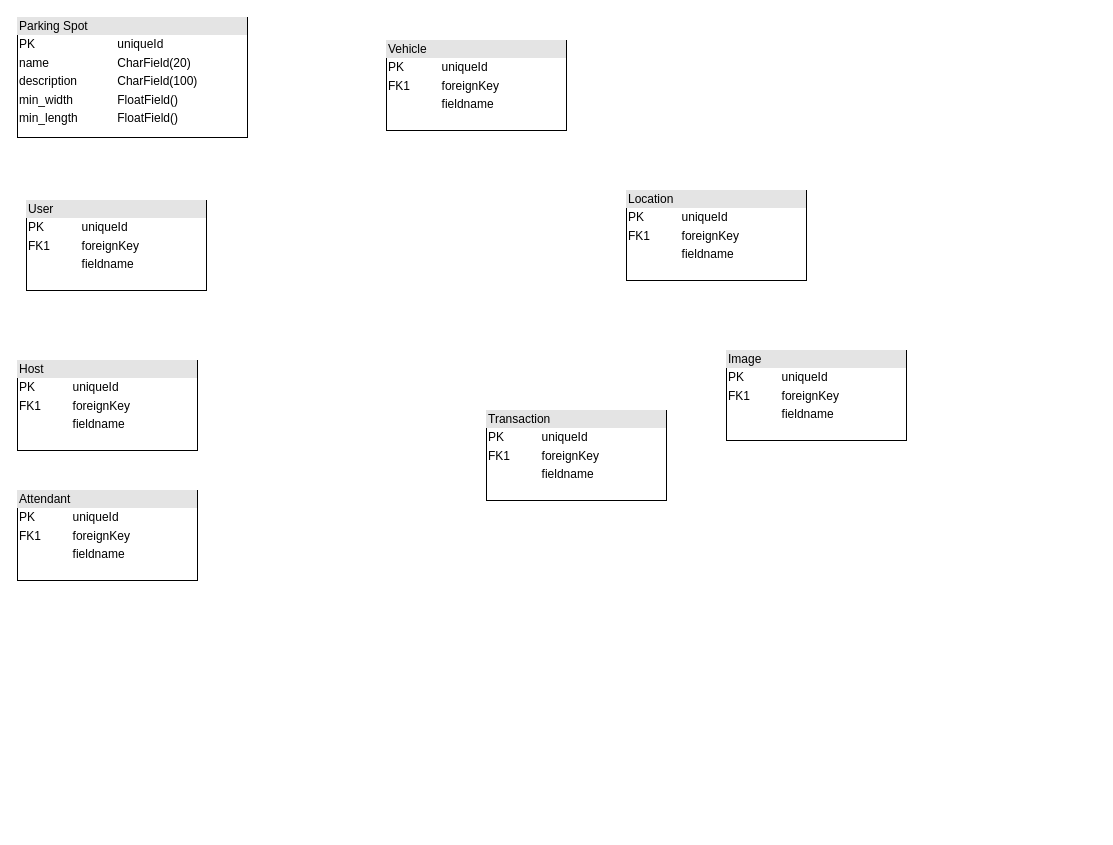
This is documentation/draw_io/database.drawio from Bryson14/RubberDuckyParking, a draw.io file, before an edit. Source tidied: cells renumbered, new cells numbered last; positions are measured from the earlier drawing's top-left corner, leaving out a move shared by most shapes. Both pictures are drawn from the tidied source at 100%, with x=0, y=0 at pixel (17, 17).
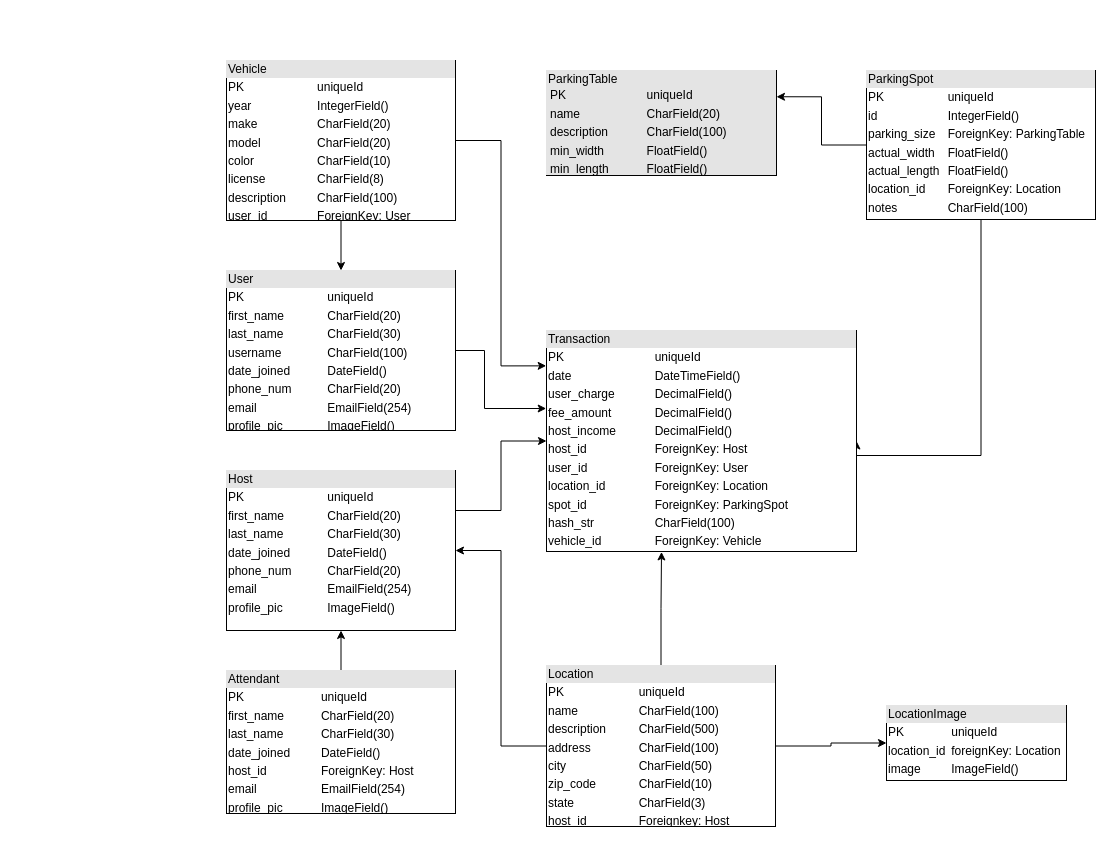
Above is the later version.

Commit message (it also covers changes not shown here):
made the database uml, changed the models slightly, and tried to add a better way to serve images and save passwords.

The edit, as a diff of the source:
```diff
@@
-    <mxCell id="2" value="&lt;div style=&quot;box-sizing: border-box ; width: 100% ; background: #e4e4e4 ; padding: 2px&quot;&gt;User&lt;/div&gt;&lt;table style=&quot;width: 100% ; font-size: 1em&quot; cellpadding=&quot;2&quot; cellspacing=&quot;0&quot;&gt;&lt;tbody&gt;&lt;tr&gt;&lt;td&gt;PK&lt;/td&gt;&lt;td&gt;uniqueId&lt;/td&gt;&lt;/tr&gt;&lt;tr&gt;&lt;td&gt;FK1&lt;/td&gt;&lt;td&gt;foreignKey&lt;/td&gt;&lt;/tr&gt;&lt;tr&gt;&lt;td&gt;&lt;/td&gt;&lt;td&gt;fieldname&lt;/td&gt;&lt;/tr&gt;&lt;/tbody&gt;&lt;/table&gt;" style="verticalAlign=top;align=left;overflow=fill;html=1;" parent="1" vertex="1">
-      <mxGeometry x="9" y="183" width="180" height="90" as="geometry" />
-    </mxCell>
-    <mxCell id="3" value="&lt;div style=&quot;box-sizing: border-box ; width: 100% ; background: #e4e4e4 ; padding: 2px&quot;&gt;Location&lt;/div&gt;&lt;table style=&quot;width: 100% ; font-size: 1em&quot; cellpadding=&quot;2&quot; cellspacing=&quot;0&quot;&gt;&lt;tbody&gt;&lt;tr&gt;&lt;td&gt;PK&lt;/td&gt;&lt;td&gt;uniqueId&lt;/td&gt;&lt;/tr&gt;&lt;tr&gt;&lt;td&gt;FK1&lt;/td&gt;&lt;td&gt;foreignKey&lt;/td&gt;&lt;/tr&gt;&lt;tr&gt;&lt;td&gt;&lt;/td&gt;&lt;td&gt;fieldname&lt;/td&gt;&lt;/tr&gt;&lt;/tbody&gt;&lt;/table&gt;" style="verticalAlign=top;align=left;overflow=fill;html=1;" parent="1" vertex="1">
-      <mxGeometry x="609" y="173" width="180" height="90" as="geometry" />
-    </mxCell>
-    <mxCell id="4" value="&lt;div style=&quot;box-sizing: border-box ; width: 100% ; background: #e4e4e4 ; padding: 2px&quot;&gt;Attendant&lt;/div&gt;&lt;table style=&quot;width: 100% ; font-size: 1em&quot; cellpadding=&quot;2&quot; cellspacing=&quot;0&quot;&gt;&lt;tbody&gt;&lt;tr&gt;&lt;td&gt;PK&lt;/td&gt;&lt;td&gt;uniqueId&lt;/td&gt;&lt;/tr&gt;&lt;tr&gt;&lt;td&gt;FK1&lt;/td&gt;&lt;td&gt;foreignKey&lt;/td&gt;&lt;/tr&gt;&lt;tr&gt;&lt;td&gt;&lt;/td&gt;&lt;td&gt;fieldname&lt;/td&gt;&lt;/tr&gt;&lt;/tbody&gt;&lt;/table&gt;" style="verticalAlign=top;align=left;overflow=fill;html=1;" parent="1" vertex="1">
-      <mxGeometry y="473" width="180" height="90" as="geometry" />
-    </mxCell>
-    <mxCell id="5" value="&lt;div style=&quot;box-sizing: border-box ; width: 100% ; background: #e4e4e4 ; padding: 2px&quot;&gt;Transaction&lt;/div&gt;&lt;table style=&quot;width: 100% ; font-size: 1em&quot; cellpadding=&quot;2&quot; cellspacing=&quot;0&quot;&gt;&lt;tbody&gt;&lt;tr&gt;&lt;td&gt;PK&lt;/td&gt;&lt;td&gt;uniqueId&lt;/td&gt;&lt;/tr&gt;&lt;tr&gt;&lt;td&gt;FK1&lt;/td&gt;&lt;td&gt;foreignKey&lt;/td&gt;&lt;/tr&gt;&lt;tr&gt;&lt;td&gt;&lt;/td&gt;&lt;td&gt;fieldname&lt;/td&gt;&lt;/tr&gt;&lt;/tbody&gt;&lt;/table&gt;" style="verticalAlign=top;align=left;overflow=fill;html=1;" parent="1" vertex="1">
-      <mxGeometry x="469" y="393" width="180" height="90" as="geometry" />
-    </mxCell>
-    <mxCell id="6" value="&lt;div style=&quot;box-sizing: border-box ; width: 100% ; background: #e4e4e4 ; padding: 2px&quot;&gt;Vehicle&lt;/div&gt;&lt;table style=&quot;width: 100% ; font-size: 1em&quot; cellpadding=&quot;2&quot; cellspacing=&quot;0&quot;&gt;&lt;tbody&gt;&lt;tr&gt;&lt;td&gt;PK&lt;/td&gt;&lt;td&gt;uniqueId&lt;/td&gt;&lt;/tr&gt;&lt;tr&gt;&lt;td&gt;FK1&lt;/td&gt;&lt;td&gt;foreignKey&lt;/td&gt;&lt;/tr&gt;&lt;tr&gt;&lt;td&gt;&lt;/td&gt;&lt;td&gt;fieldname&lt;/td&gt;&lt;/tr&gt;&lt;/tbody&gt;&lt;/table&gt;" style="verticalAlign=top;align=left;overflow=fill;html=1;" parent="1" vertex="1">
-      <mxGeometry x="369" y="23" width="180" height="90" as="geometry" />
-    </mxCell>
-    <mxCell id="7" value="&lt;div style=&quot;box-sizing: border-box ; width: 100% ; background: #e4e4e4 ; padding: 2px&quot;&gt;Parking Spot&lt;/div&gt;&lt;table style=&quot;width: 100% ; font-size: 1em&quot; cellpadding=&quot;2&quot; cellspacing=&quot;0&quot;&gt;&lt;tbody&gt;&lt;tr&gt;&lt;td&gt;PK&lt;/td&gt;&lt;td&gt;uniqueId&lt;/td&gt;&lt;/tr&gt;&lt;tr&gt;&lt;td&gt;name&lt;/td&gt;&lt;td&gt;CharField(20)&lt;/td&gt;&lt;/tr&gt;&lt;tr&gt;&lt;td&gt;description&lt;br&gt;&lt;/td&gt;&lt;td&gt;CharField(100)&lt;/td&gt;&lt;/tr&gt;&lt;tr&gt;&lt;td&gt;min_width&lt;/td&gt;&lt;td&gt;FloatField()&lt;/td&gt;&lt;/tr&gt;&lt;tr&gt;&lt;td&gt;min_length&lt;/td&gt;&lt;td&gt;FloatField()&lt;/td&gt;&lt;/tr&gt;&lt;/tbody&gt;&lt;/table&gt;" style="verticalAlign=top;align=left;overflow=fill;html=1;" parent="1" vertex="1">
-      <mxGeometry width="230" height="120" as="geometry" />
+    <mxCell id="7" value="&lt;div style=&quot;box-sizing: border-box ; width: 100% ; background: #e4e4e4 ; padding: 2px&quot;&gt;ParkingTable&lt;table cellpadding=&quot;2&quot; cellspacing=&quot;0&quot; style=&quot;font-size: 1em ; width: 100%&quot;&gt;&lt;tbody&gt;&lt;tr&gt;&lt;td&gt;PK&lt;/td&gt;&lt;td&gt;uniqueId&lt;/td&gt;&lt;/tr&gt;&lt;tr&gt;&lt;td&gt;name&lt;/td&gt;&lt;td&gt;CharField(20)&lt;/td&gt;&lt;/tr&gt;&lt;tr&gt;&lt;td&gt;description&lt;br&gt;&lt;/td&gt;&lt;td&gt;CharField(100)&lt;/td&gt;&lt;/tr&gt;&lt;tr&gt;&lt;td&gt;min_width&lt;/td&gt;&lt;td&gt;FloatField()&lt;/td&gt;&lt;/tr&gt;&lt;tr&gt;&lt;td&gt;min_length&lt;/td&gt;&lt;td&gt;FloatField()&lt;/td&gt;&lt;/tr&gt;&lt;/tbody&gt;&lt;/table&gt;&lt;/div&gt;" style="verticalAlign=top;align=left;overflow=fill;html=1;" parent="1" vertex="1">
+      <mxGeometry x="529" y="53" width="230" height="105" as="geometry" />
     </mxCell>
-    <mxCell id="8" value="&lt;div style=&quot;box-sizing: border-box ; width: 100% ; background: #e4e4e4 ; padding: 2px&quot;&gt;Host&lt;/div&gt;&lt;table style=&quot;width: 100% ; font-size: 1em&quot; cellpadding=&quot;2&quot; cellspacing=&quot;0&quot;&gt;&lt;tbody&gt;&lt;tr&gt;&lt;td&gt;PK&lt;/td&gt;&lt;td&gt;uniqueId&lt;/td&gt;&lt;/tr&gt;&lt;tr&gt;&lt;td&gt;FK1&lt;/td&gt;&lt;td&gt;foreignKey&lt;/td&gt;&lt;/tr&gt;&lt;tr&gt;&lt;td&gt;&lt;/td&gt;&lt;td&gt;fieldname&lt;/td&gt;&lt;/tr&gt;&lt;/tbody&gt;&lt;/table&gt;" style="verticalAlign=top;align=left;overflow=fill;html=1;" parent="1" vertex="1">
-      <mxGeometry y="343" width="180" height="90" as="geometry" />
-    </mxCell>
-    <mxCell id="9" value="&lt;div style=&quot;box-sizing: border-box ; width: 100% ; background: #e4e4e4 ; padding: 2px&quot;&gt;Image&lt;/div&gt;&lt;table style=&quot;width: 100% ; font-size: 1em&quot; cellpadding=&quot;2&quot; cellspacing=&quot;0&quot;&gt;&lt;tbody&gt;&lt;tr&gt;&lt;td&gt;PK&lt;/td&gt;&lt;td&gt;uniqueId&lt;/td&gt;&lt;/tr&gt;&lt;tr&gt;&lt;td&gt;FK1&lt;/td&gt;&lt;td&gt;foreignKey&lt;/td&gt;&lt;/tr&gt;&lt;tr&gt;&lt;td&gt;&lt;/td&gt;&lt;td&gt;fieldname&lt;/td&gt;&lt;/tr&gt;&lt;/tbody&gt;&lt;/table&gt;" style="verticalAlign=top;align=left;overflow=fill;html=1;" parent="1" vertex="1">
-      <mxGeometry x="709" y="333" width="180" height="90" as="geometry" />
+    <mxCell id="9" value="&lt;div style=&quot;box-sizing: border-box ; width: 100% ; background: #e4e4e4 ; padding: 2px&quot;&gt;LocationImage&lt;/div&gt;&lt;table style=&quot;width: 100% ; font-size: 1em&quot; cellpadding=&quot;2&quot; cellspacing=&quot;0&quot;&gt;&lt;tbody&gt;&lt;tr&gt;&lt;td&gt;PK&lt;/td&gt;&lt;td&gt;uniqueId&lt;/td&gt;&lt;/tr&gt;&lt;tr&gt;&lt;td&gt;location_id&lt;/td&gt;&lt;td&gt;foreignKey: Location&lt;/td&gt;&lt;/tr&gt;&lt;tr&gt;&lt;td&gt;image&lt;/td&gt;&lt;td&gt;ImageField()&lt;/td&gt;&lt;/tr&gt;&lt;/tbody&gt;&lt;/table&gt;" style="verticalAlign=top;align=left;overflow=fill;html=1;" parent="1" vertex="1">
+      <mxGeometry x="869" y="688" width="180" height="75" as="geometry" />
     </mxCell>
+    <mxCell id="10" style="edgeStyle=orthogonalEdgeStyle;rounded=0;jettySize=auto;html=1;entryX=-0.001;entryY=0.353;entryDx=0;entryDy=0;entryPerimeter=0;" parent="1" edge="1" source="11" target="26">
+      <mxGeometry relative="1" as="geometry">
+        <Array as="points">
+          <mxPoint x="467" y="333" />
+          <mxPoint x="467" y="391" />
+        </Array>
+      </mxGeometry>
+    </mxCell>
+    <mxCell id="11" value="&lt;div style=&quot;box-sizing: border-box ; width: 100% ; background: #e4e4e4 ; padding: 2px&quot;&gt;User&lt;/div&gt;&lt;table style=&quot;width: 100% ; font-size: 1em&quot; cellpadding=&quot;2&quot; cellspacing=&quot;0&quot;&gt;&lt;tbody&gt;&lt;tr&gt;&lt;td&gt;PK&lt;/td&gt;&lt;td&gt;uniqueId&lt;/td&gt;&lt;/tr&gt;&lt;tr&gt;&lt;td&gt;first_name&lt;/td&gt;&lt;td&gt;CharField(20)&lt;/td&gt;&lt;/tr&gt;&lt;tr&gt;&lt;td&gt;last_name&lt;/td&gt;&lt;td&gt;CharField(30)&lt;/td&gt;&lt;/tr&gt;&lt;tr&gt;&lt;td&gt;username&lt;/td&gt;&lt;td&gt;CharField(100)&lt;/td&gt;&lt;/tr&gt;&lt;tr&gt;&lt;td&gt;date_joined&lt;/td&gt;&lt;td&gt;DateField()&lt;/td&gt;&lt;/tr&gt;&lt;tr&gt;&lt;td&gt;phone_num&lt;/td&gt;&lt;td&gt;CharField(20)&lt;/td&gt;&lt;/tr&gt;&lt;tr&gt;&lt;td&gt;email&lt;/td&gt;&lt;td&gt;EmailField(254)&lt;/td&gt;&lt;/tr&gt;&lt;tr&gt;&lt;td&gt;profile_pic&lt;/td&gt;&lt;td&gt;ImageField()&lt;br&gt;&lt;/td&gt;&lt;/tr&gt;&lt;/tbody&gt;&lt;/table&gt;" style="verticalAlign=top;align=left;overflow=fill;html=1;" parent="1" vertex="1">
+      <mxGeometry x="209" y="253" width="229" height="160" as="geometry" />
+    </mxCell>
+    <mxCell id="12" style="edgeStyle=orthogonalEdgeStyle;rounded=0;jettySize=auto;html=1;exitX=1;exitY=0.25;exitDx=0;exitDy=0;entryX=0;entryY=0.5;entryDx=0;entryDy=0;" parent="1" edge="1" source="13" target="26">
+      <mxGeometry relative="1" as="geometry" />
+    </mxCell>
+    <mxCell id="13" value="&lt;div style=&quot;box-sizing: border-box ; width: 100% ; background: #e4e4e4 ; padding: 2px&quot;&gt;Host&lt;/div&gt;&lt;table style=&quot;width: 100% ; font-size: 1em&quot; cellpadding=&quot;2&quot; cellspacing=&quot;0&quot;&gt;&lt;tbody&gt;&lt;tr&gt;&lt;td&gt;PK&lt;/td&gt;&lt;td&gt;uniqueId&lt;/td&gt;&lt;/tr&gt;&lt;tr&gt;&lt;td&gt;first_name&lt;/td&gt;&lt;td&gt;CharField(20)&lt;/td&gt;&lt;/tr&gt;&lt;tr&gt;&lt;td&gt;last_name&lt;/td&gt;&lt;td&gt;CharField(30)&lt;/td&gt;&lt;/tr&gt;&lt;tr&gt;&lt;td&gt;date_joined&lt;/td&gt;&lt;td&gt;DateField()&lt;/td&gt;&lt;/tr&gt;&lt;tr&gt;&lt;td&gt;phone_num&lt;/td&gt;&lt;td&gt;CharField(20)&lt;/td&gt;&lt;/tr&gt;&lt;tr&gt;&lt;td&gt;email&lt;/td&gt;&lt;td&gt;EmailField(254)&lt;/td&gt;&lt;/tr&gt;&lt;tr&gt;&lt;td&gt;profile_pic&lt;/td&gt;&lt;td&gt;ImageField()&lt;/td&gt;&lt;/tr&gt;&lt;/tbody&gt;&lt;/table&gt;" style="verticalAlign=top;align=left;overflow=fill;html=1;" parent="1" vertex="1">
+      <mxGeometry x="209" y="453" width="229" height="160" as="geometry" />
+    </mxCell>
+    <mxCell id="14" style="edgeStyle=orthogonalEdgeStyle;rounded=0;jettySize=auto;html=1;entryX=0.5;entryY=1;entryDx=0;entryDy=0;" parent="1" edge="1" source="15" target="13">
+      <mxGeometry relative="1" as="geometry" />
+    </mxCell>
+    <mxCell id="15" value="&lt;div style=&quot;box-sizing: border-box ; width: 100% ; background: #e4e4e4 ; padding: 2px&quot;&gt;Attendant&lt;/div&gt;&lt;table style=&quot;width: 100% ; font-size: 1em&quot; cellpadding=&quot;2&quot; cellspacing=&quot;0&quot;&gt;&lt;tbody&gt;&lt;tr&gt;&lt;td&gt;PK&lt;/td&gt;&lt;td&gt;uniqueId&lt;/td&gt;&lt;/tr&gt;&lt;tr&gt;&lt;td&gt;first_name&lt;/td&gt;&lt;td&gt;CharField(20)&lt;/td&gt;&lt;/tr&gt;&lt;tr&gt;&lt;td&gt;last_name&lt;/td&gt;&lt;td&gt;CharField(30)&lt;/td&gt;&lt;/tr&gt;&lt;tr&gt;&lt;td&gt;date_joined&lt;/td&gt;&lt;td&gt;DateField()&lt;/td&gt;&lt;/tr&gt;&lt;tr&gt;&lt;td&gt;host_id&lt;/td&gt;&lt;td&gt;ForeignKey: Host&lt;/td&gt;&lt;/tr&gt;&lt;tr&gt;&lt;td&gt;email&lt;/td&gt;&lt;td&gt;EmailField(254)&lt;/td&gt;&lt;/tr&gt;&lt;tr&gt;&lt;td&gt;profile_pic&lt;/td&gt;&lt;td&gt;ImageField()&lt;br&gt;&lt;/td&gt;&lt;/tr&gt;&lt;/tbody&gt;&lt;/table&gt;" style="verticalAlign=top;align=left;overflow=fill;html=1;" parent="1" vertex="1">
+      <mxGeometry x="209" y="653" width="229" height="143" as="geometry" />
+    </mxCell>
+    <mxCell id="16" style="edgeStyle=orthogonalEdgeStyle;rounded=0;jettySize=auto;html=1;entryX=0.5;entryY=0;entryDx=0;entryDy=0;" parent="1" edge="1" source="18" target="11">
+      <mxGeometry relative="1" as="geometry" />
+    </mxCell>
+    <mxCell id="17" style="edgeStyle=orthogonalEdgeStyle;rounded=0;jettySize=auto;html=1;entryX=-0.001;entryY=0.16;entryDx=0;entryDy=0;entryPerimeter=0;" parent="1" edge="1" source="18" target="26">
+      <mxGeometry relative="1" as="geometry" />
+    </mxCell>
+    <mxCell id="18" value="&lt;div style=&quot;box-sizing: border-box ; width: 100% ; background: #e4e4e4 ; padding: 2px&quot;&gt;Vehicle&lt;/div&gt;&lt;table style=&quot;width: 100% ; font-size: 1em&quot; cellpadding=&quot;2&quot; cellspacing=&quot;0&quot;&gt;&lt;tbody&gt;&lt;tr&gt;&lt;td&gt;PK&lt;/td&gt;&lt;td&gt;uniqueId&lt;/td&gt;&lt;/tr&gt;&lt;tr&gt;&lt;td&gt;year&lt;/td&gt;&lt;td&gt;IntegerField()&lt;/td&gt;&lt;/tr&gt;&lt;tr&gt;&lt;td&gt;make&lt;/td&gt;&lt;td&gt;CharField(20)&lt;/td&gt;&lt;/tr&gt;&lt;tr&gt;&lt;td&gt;model&lt;/td&gt;&lt;td&gt;CharField(20)&lt;/td&gt;&lt;/tr&gt;&lt;tr&gt;&lt;td&gt;color&lt;/td&gt;&lt;td&gt;CharField(10)&lt;/td&gt;&lt;/tr&gt;&lt;tr&gt;&lt;td&gt;license&lt;/td&gt;&lt;td&gt;CharField(8)&lt;/td&gt;&lt;/tr&gt;&lt;tr&gt;&lt;td&gt;description&lt;/td&gt;&lt;td&gt;CharField(100)&lt;/td&gt;&lt;/tr&gt;&lt;tr&gt;&lt;td&gt;user_id&lt;/td&gt;&lt;td&gt;ForeignKey: User&lt;/td&gt;&lt;/tr&gt;&lt;/tbody&gt;&lt;/table&gt;" style="verticalAlign=top;align=left;overflow=fill;html=1;" parent="1" vertex="1">
+      <mxGeometry x="209" y="43" width="229" height="160" as="geometry" />
+    </mxCell>
+    <mxCell id="19" style="edgeStyle=orthogonalEdgeStyle;rounded=0;jettySize=auto;html=1;entryX=1;entryY=0.5;entryDx=0;entryDy=0;" parent="1" edge="1" source="22" target="13">
+      <mxGeometry relative="1" as="geometry" />
+    </mxCell>
+    <mxCell id="20" style="edgeStyle=orthogonalEdgeStyle;rounded=0;jettySize=auto;html=1;entryX=0;entryY=0.5;entryDx=0;entryDy=0;" parent="1" edge="1" source="22" target="9">
+      <mxGeometry relative="1" as="geometry" />
+    </mxCell>
+    <mxCell id="21" style="edgeStyle=orthogonalEdgeStyle;rounded=0;jettySize=auto;html=1;entryX=0.371;entryY=1.002;entryDx=0;entryDy=0;entryPerimeter=0;" parent="1" edge="1" source="22" target="26">
+      <mxGeometry relative="1" as="geometry" />
+    </mxCell>
+    <mxCell id="22" value="&lt;div style=&quot;box-sizing: border-box ; width: 100% ; background: #e4e4e4 ; padding: 2px&quot;&gt;Location&lt;/div&gt;&lt;table style=&quot;width: 100% ; font-size: 1em&quot; cellpadding=&quot;2&quot; cellspacing=&quot;0&quot;&gt;&lt;tbody&gt;&lt;tr&gt;&lt;td&gt;PK&lt;/td&gt;&lt;td&gt;uniqueId&lt;/td&gt;&lt;/tr&gt;&lt;tr&gt;&lt;td&gt;name&lt;/td&gt;&lt;td&gt;CharField(100)&lt;/td&gt;&lt;/tr&gt;&lt;tr&gt;&lt;td&gt;description&lt;/td&gt;&lt;td&gt;CharField(500)&lt;/td&gt;&lt;/tr&gt;&lt;tr&gt;&lt;td&gt;address&lt;/td&gt;&lt;td&gt;CharField(100)&lt;/td&gt;&lt;/tr&gt;&lt;tr&gt;&lt;td&gt;city&lt;/td&gt;&lt;td&gt;CharField(50)&lt;/td&gt;&lt;/tr&gt;&lt;tr&gt;&lt;td&gt;zip_code&lt;/td&gt;&lt;td&gt;CharField(10)&lt;/td&gt;&lt;/tr&gt;&lt;tr&gt;&lt;td&gt;state&lt;/td&gt;&lt;td&gt;CharField(3)&lt;/td&gt;&lt;/tr&gt;&lt;tr&gt;&lt;td&gt;host_id&lt;/td&gt;&lt;td&gt;Foreignkey: Host&lt;/td&gt;&lt;/tr&gt;&lt;/tbody&gt;&lt;/table&gt;" style="verticalAlign=top;align=left;overflow=fill;html=1;" parent="1" vertex="1">
+      <mxGeometry x="529" y="648" width="229" height="161" as="geometry" />
+    </mxCell>
+    <mxCell id="23" style="edgeStyle=orthogonalEdgeStyle;rounded=0;jettySize=auto;html=1;entryX=1;entryY=0.25;entryDx=0;entryDy=0;" parent="1" edge="1" source="25" target="7">
+      <mxGeometry relative="1" as="geometry" />
+    </mxCell>
+    <mxCell id="24" style="edgeStyle=orthogonalEdgeStyle;rounded=0;jettySize=auto;html=1;entryX=1;entryY=0.5;entryDx=0;entryDy=0;" parent="1" edge="1" source="25" target="26">
+      <mxGeometry relative="1" as="geometry">
+        <Array as="points">
+          <mxPoint x="964" y="438" />
+        </Array>
+      </mxGeometry>
+    </mxCell>
+    <mxCell id="25" value="&lt;div style=&quot;box-sizing: border-box ; width: 100% ; background: #e4e4e4 ; padding: 2px&quot;&gt;ParkingSpot&lt;/div&gt;&lt;table style=&quot;width: 100% ; font-size: 1em&quot; cellpadding=&quot;2&quot; cellspacing=&quot;0&quot;&gt;&lt;tbody&gt;&lt;tr&gt;&lt;td&gt;PK&lt;/td&gt;&lt;td&gt;uniqueId&lt;/td&gt;&lt;/tr&gt;&lt;tr&gt;&lt;td&gt;id&lt;/td&gt;&lt;td&gt;IntegerField()&lt;/td&gt;&lt;/tr&gt;&lt;tr&gt;&lt;td&gt;parking_size&lt;/td&gt;&lt;td&gt;ForeignKey: ParkingTable&lt;/td&gt;&lt;/tr&gt;&lt;tr&gt;&lt;td&gt;actual_width&lt;/td&gt;&lt;td&gt;FloatField()&lt;/td&gt;&lt;/tr&gt;&lt;tr&gt;&lt;td&gt;actual_length&lt;br&gt;&lt;/td&gt;&lt;td&gt;FloatField()&lt;/td&gt;&lt;/tr&gt;&lt;tr&gt;&lt;td&gt;location_id&lt;/td&gt;&lt;td&gt;ForeignKey: Location&lt;/td&gt;&lt;/tr&gt;&lt;tr&gt;&lt;td&gt;notes&lt;/td&gt;&lt;td&gt;CharField(100)&lt;/td&gt;&lt;/tr&gt;&lt;/tbody&gt;&lt;/table&gt;" style="verticalAlign=top;align=left;overflow=fill;html=1;" parent="1" vertex="1">
+      <mxGeometry x="849" y="53" width="229" height="149" as="geometry" />
+    </mxCell>
+    <mxCell id="26" value="&lt;div style=&quot;box-sizing: border-box ; width: 100% ; background: #e4e4e4 ; padding: 2px&quot;&gt;Transaction&lt;/div&gt;&lt;table style=&quot;width: 100% ; font-size: 1em&quot; cellpadding=&quot;2&quot; cellspacing=&quot;0&quot;&gt;&lt;tbody&gt;&lt;tr&gt;&lt;td&gt;PK&lt;/td&gt;&lt;td&gt;uniqueId&lt;/td&gt;&lt;/tr&gt;&lt;tr&gt;&lt;td&gt;date&lt;/td&gt;&lt;td&gt;DateTimeField()&lt;/td&gt;&lt;/tr&gt;&lt;tr&gt;&lt;td&gt;user_charge&lt;/td&gt;&lt;td&gt;DecimalField()&lt;/td&gt;&lt;/tr&gt;&lt;tr&gt;&lt;td&gt;fee_amount&lt;/td&gt;&lt;td&gt;DecimalField()&lt;/td&gt;&lt;/tr&gt;&lt;tr&gt;&lt;td&gt;host_income&lt;br&gt;&lt;/td&gt;&lt;td&gt;DecimalField()&lt;/td&gt;&lt;/tr&gt;&lt;tr&gt;&lt;td&gt;host_id&lt;/td&gt;&lt;td&gt;ForeignKey: Host&lt;/td&gt;&lt;/tr&gt;&lt;tr&gt;&lt;td&gt;user_id&lt;/td&gt;&lt;td&gt;ForeignKey: User&lt;/td&gt;&lt;/tr&gt;&lt;tr&gt;&lt;td&gt;location_id&lt;/td&gt;&lt;td&gt;ForeignKey: Location&lt;br&gt;&lt;/td&gt;&lt;/tr&gt;&lt;tr&gt;&lt;td&gt;spot_id&lt;/td&gt;&lt;td&gt;ForeignKey: ParkingSpot&lt;br&gt;&lt;/td&gt;&lt;/tr&gt;&lt;tr&gt;&lt;td&gt;hash_str&lt;/td&gt;&lt;td&gt;CharField(100)&lt;/td&gt;&lt;/tr&gt;&lt;tr&gt;&lt;td&gt;vehicle_id&lt;/td&gt;&lt;td&gt;ForeignKey: Vehicle&lt;/td&gt;&lt;/tr&gt;&lt;/tbody&gt;&lt;/table&gt;" style="verticalAlign=top;align=left;overflow=fill;html=1;" parent="1" vertex="1">
+      <mxGeometry x="529" y="313" width="310" height="221" as="geometry" />
+    </mxCell>
```
